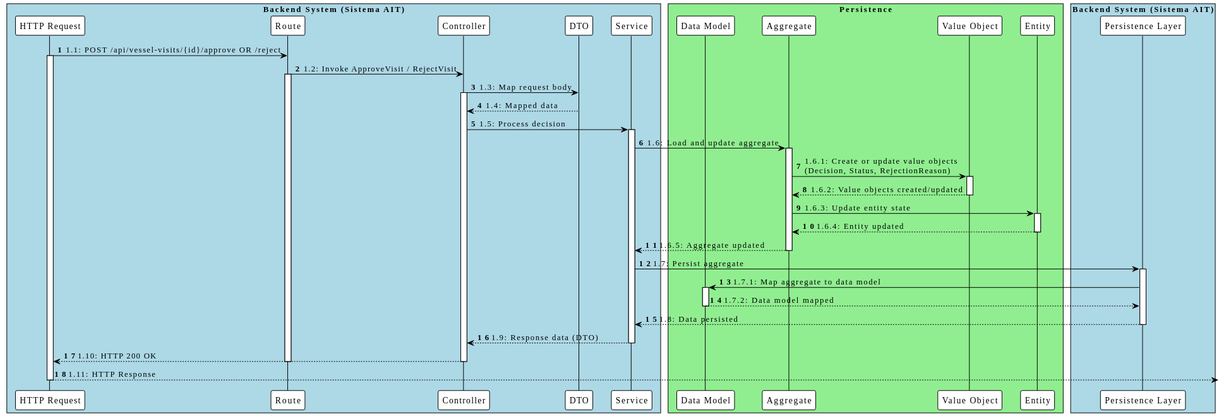
Before: documentation/SprintA/Views/ProcessViewDiagrams/US2.2.7/svg/diagrama-nivel3.svg, a diagram exported from PlantUML (AmirMasnavi/Port-Logistics-Management-System).
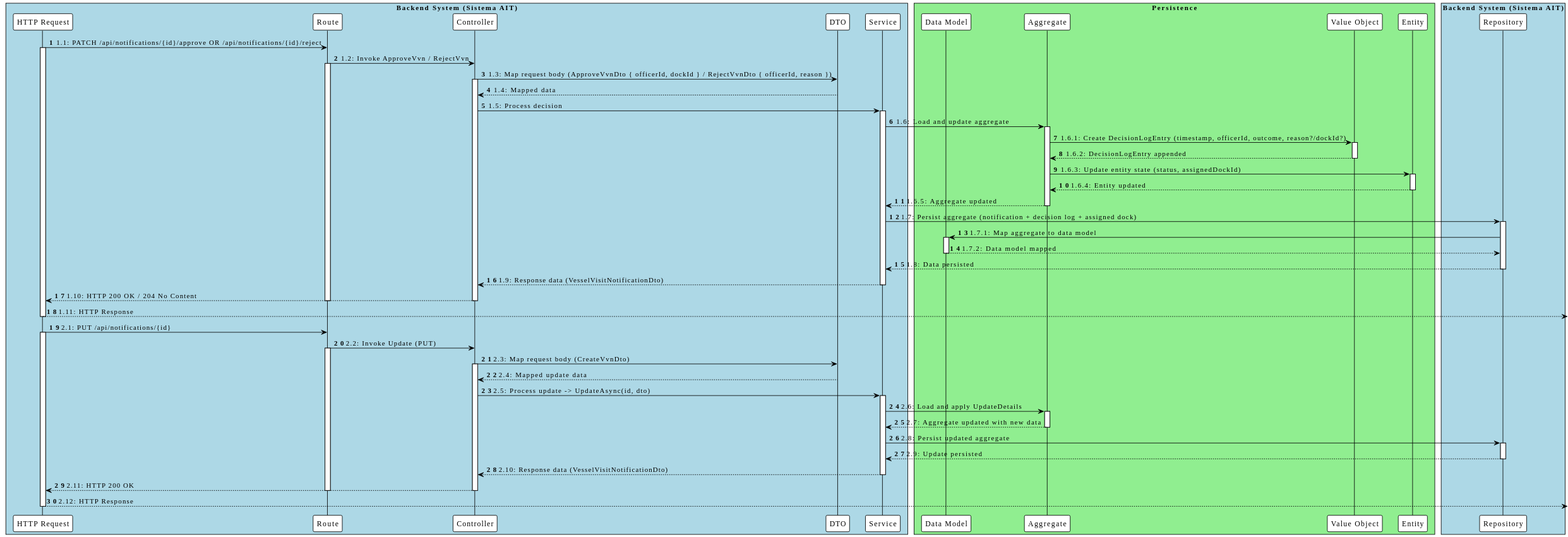
After the change.

Change to the diagram source:
```diff
@@ -14,14 +14,14 @@
         participant "Value Object" as ValueObject
         participant "Entity" as Entity
     end box
-    participant "Persistence Layer" as Persistence
+    participant "Repository" as Repository
 end box
 
-HttpRequest -> Route : 1.1: POST /api/vessel-visits/{id}/approve OR /reject
+HttpRequest -> Route : 1.1: PATCH /api/notifications/{id}/approve OR /api/notifications/{id}/reject
 activate HttpRequest
-Route -> Controller : 1.2: Invoke ApproveVisit / RejectVisit
+Route -> Controller : 1.2: Invoke ApproveVvn / RejectVvn
 activate Route
-Controller -> Dto : 1.3: Map request body
+Controller -> Dto : 1.3: Map request body (ApproveVvnDto { officerId, dockId } / RejectVvnDto { officerId, reason })
 activate Controller
 Dto --> Controller : 1.4: Mapped data
 deactivate Dto
@@ -29,29 +29,55 @@
 activate Service
 Service -> Aggregate : 1.6: Load and update aggregate
 activate Aggregate
-Aggregate -> ValueObject : 1.6.1: Create or update value objects\n(Decision, Status, RejectionReason)
+Aggregate -> ValueObject : 1.6.1: Create DecisionLogEntry (timestamp, officerId, outcome, reason?/dockId?)
 activate ValueObject
-ValueObject --> Aggregate : 1.6.2: Value objects created/updated
+ValueObject --> Aggregate : 1.6.2: DecisionLogEntry appended
 deactivate ValueObject
-Aggregate -> Entity : 1.6.3: Update entity state
+Aggregate -> Entity : 1.6.3: Update entity state (status, assignedDockId)
 activate Entity
 Entity --> Aggregate : 1.6.4: Entity updated
 deactivate Entity
 Aggregate --> Service : 1.6.5: Aggregate updated
 deactivate Aggregate
-Service -> Persistence : 1.7: Persist aggregate
-activate Persistence
-Persistence -> DataModel : 1.7.1: Map aggregate to data model
+Service -> Repository : 1.7: Persist aggregate (notification + decision log + assigned dock)
+activate Repository
+Repository -> DataModel : 1.7.1: Map aggregate to data model
 activate DataModel
-DataModel --> Persistence : 1.7.2: Data model mapped
+DataModel --> Repository : 1.7.2: Data model mapped
 deactivate DataModel
-Persistence --> Service : 1.8: Data persisted
-deactivate Persistence
-Service --> Controller : 1.9: Response data (DTO)
+Repository --> Service : 1.8: Data persisted
+deactivate Repository
+Service --> Controller : 1.9: Response data (VesselVisitNotificationDto)
 deactivate Service
-Controller --> HttpRequest : 1.10: HTTP 200 OK
+Controller --> HttpRequest : 1.10: HTTP 200 OK / 204 No Content
 deactivate Controller
 deactivate Route
 HttpRequest --> : 1.11: HTTP Response
 deactivate HttpRequest
+
+HttpRequest -> Route : 2.1: PUT /api/notifications/{id}
+activate HttpRequest
+Route -> Controller : 2.2: Invoke Update (PUT)
+activate Route
+Controller -> Dto : 2.3: Map request body (CreateVvnDto)
+activate Controller
+Dto --> Controller : 2.4: Mapped update data
+deactivate Dto
+Controller -> Service : 2.5: Process update -> UpdateAsync(id, dto)
+activate Service
+Service -> Aggregate : 2.6: Load and apply UpdateDetails
+activate Aggregate
+Aggregate --> Service : 2.7: Aggregate updated with new data
+deactivate Aggregate
+Service -> Repository : 2.8: Persist updated aggregate
+activate Repository
+Repository --> Service : 2.9: Update persisted
+deactivate Repository
+Service --> Controller : 2.10: Response data (VesselVisitNotificationDto)
+deactivate Service
+Controller --> HttpRequest : 2.11: HTTP 200 OK
+deactivate Controller
+deactivate Route
+HttpRequest --> : 2.12: HTTP Response
+deactivate HttpRequest
 @enduml
```
